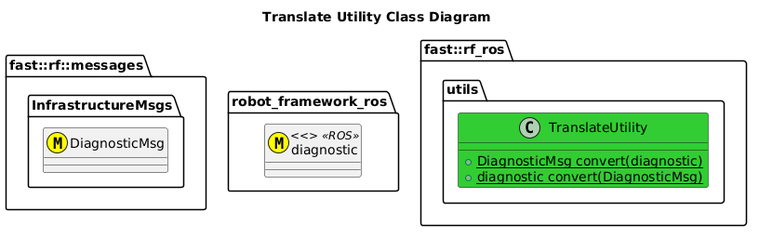
The PlantUML diagram include/robot_framework_ros/utils/doc/puml/TranslateUtilityClassDiagram.png in fastrobotics/robot_framework_ros, before a commit.
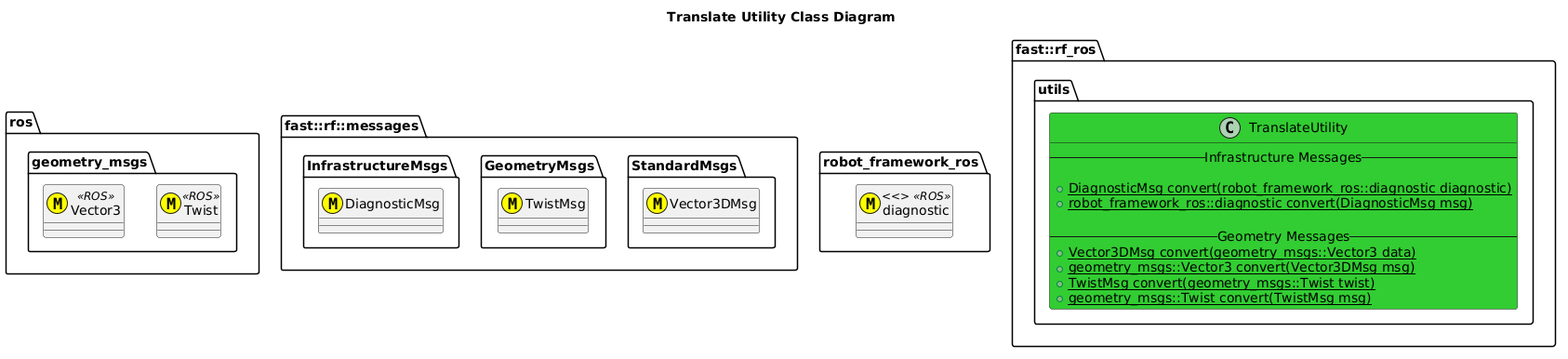
The same file after the commit.

Change to the diagram source:
```diff
@@ -1,6 +1,18 @@
 @startuml
 title Translate Utility Class Diagram
+namespace ros {
+    namespace geometry_msgs {
+        class Twist <<(M,#FFFF00)>> <<ROS>>
+        class Vector3 <<(M,#FFFF00)>> <<ROS>>
+    }
+}
 namespace fast::rf::messages {
+    namespace StandardMsgs {
+        class Vector3DMsg <<(M,#FFFF00)>>
+    }
+    namespace GeometryMsgs {
+        class TwistMsg <<(M,#FFFF00)>>
+    }
     namespace InfrastructureMsgs {
         class DiagnosticMsg <<(M,#FFFF00)>>
     }
@@ -11,8 +23,16 @@
 namespace fast::rf_ros {
     namespace utils {
         class TranslateUtility #LimeGreen {
-            +{static} DiagnosticMsg convert(diagnostic)
-            +{static} diagnostic convert(DiagnosticMsg)
+            -- Infrastructure Messages --
+
+            +{static} DiagnosticMsg convert(robot_framework_ros::diagnostic diagnostic)
+            +{static} robot_framework_ros::diagnostic convert(DiagnosticMsg msg)
+
+            -- Geometry Messages --
+            +{static} Vector3DMsg convert(geometry_msgs::Vector3 data)
+            +{static} geometry_msgs::Vector3 convert(Vector3DMsg msg)
+            +{static} TwistMsg convert(geometry_msgs::Twist twist)
+            +{static} geometry_msgs::Twist convert(TwistMsg msg)
         }
 
     }
```
